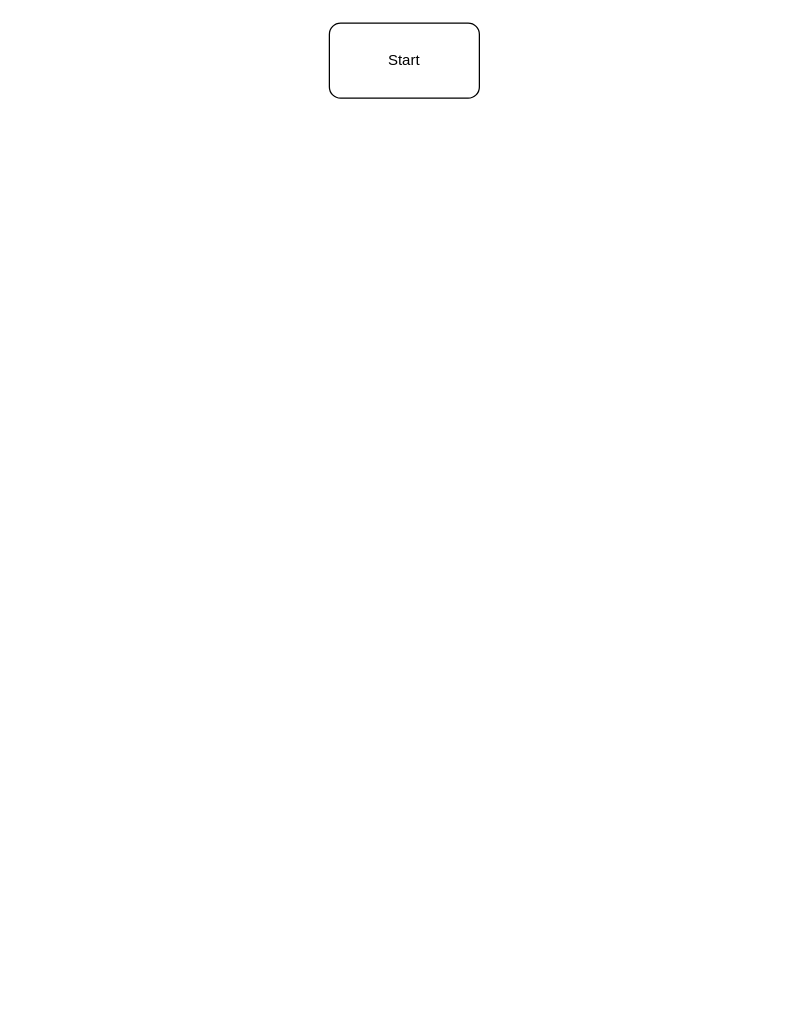
The draw.io diagram Leap year.drawio in AvantiL/MyRepls, before the edit. Source tidied: cells renumbered, new cells numbered last; positions are measured from the earlier drawing's top-left corner, leaving out a move shared by most shapes. Both pictures are drawn from the tidied source at 125%, with x=0, y=0 at pixel (329, 22).
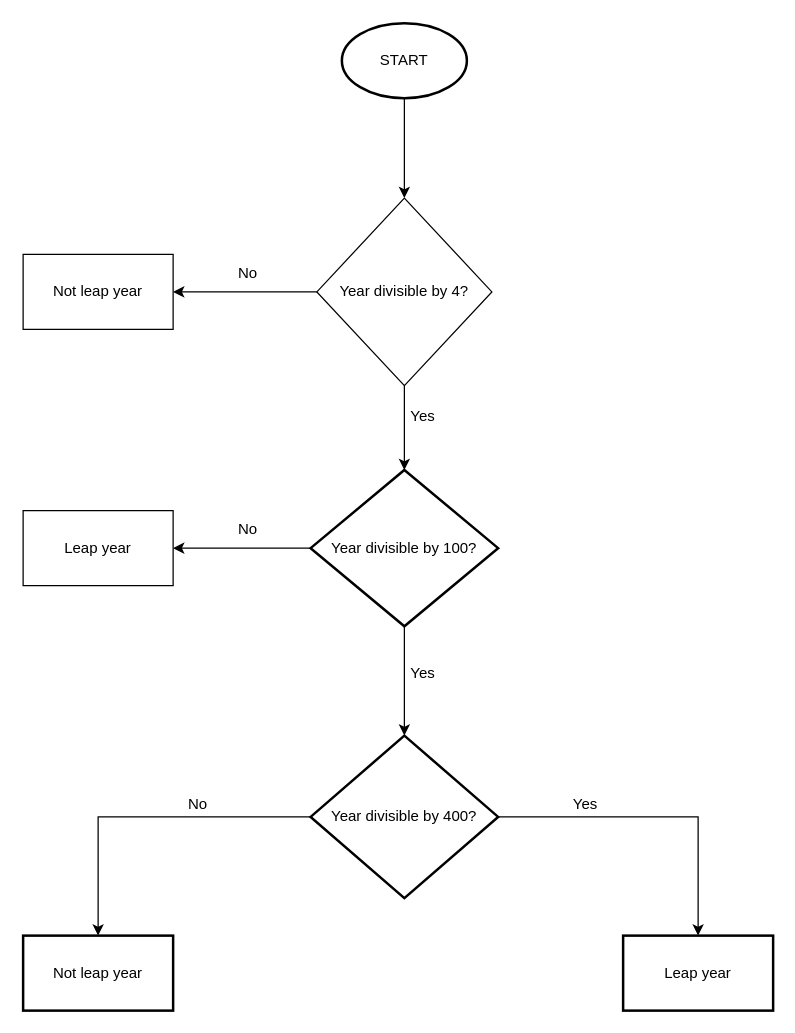
Above is the later version.

The edit, as a diff of the source:
```diff
@@
-    <mxCell id="2" value="Start" style="rounded=1;whiteSpace=wrap;html=1;" parent="1" vertex="1">
-      <mxGeometry width="120" height="60" as="geometry" />
-    </mxCell>
+    <mxCell id="3" style="edgeStyle=orthogonalEdgeStyle;rounded=0;jettySize=auto;html=1;" parent="1" edge="1" source="5" target="11">
+      <mxGeometry relative="1" as="geometry" />
+    </mxCell>
+    <mxCell id="4" style="edgeStyle=orthogonalEdgeStyle;rounded=0;jettySize=auto;html=1;" parent="1" edge="1" source="5" target="10">
+      <mxGeometry relative="1" as="geometry" />
+    </mxCell>
+    <mxCell id="5" value="Year divisible by 4?" style="rhombus;whiteSpace=wrap;html=1;" parent="1" vertex="1">
+      <mxGeometry x="-10" y="140" width="140" height="150" as="geometry" />
+    </mxCell>
+    <mxCell id="6" style="edgeStyle=orthogonalEdgeStyle;rounded=0;jettySize=auto;html=1;" parent="1" edge="1" source="7" target="5">
+      <mxGeometry relative="1" as="geometry" />
+    </mxCell>
+    <mxCell id="7" value="START" style="strokeWidth=2;html=1;shape=mxgraph.flowchart.start_1;whiteSpace=wrap;" parent="1" vertex="1">
+      <mxGeometry x="10" width="100" height="60" as="geometry" />
+    </mxCell>
+    <mxCell id="8" style="edgeStyle=orthogonalEdgeStyle;rounded=0;jettySize=auto;html=1;" parent="1" edge="1" source="10" target="15">
+      <mxGeometry relative="1" as="geometry" />
+    </mxCell>
+    <mxCell id="9" style="edgeStyle=orthogonalEdgeStyle;rounded=0;jettySize=auto;html=1;" parent="1" edge="1" source="10" target="12">
+      <mxGeometry relative="1" as="geometry" />
+    </mxCell>
+    <mxCell id="10" value="Year divisible by 100?" style="strokeWidth=2;html=1;shape=mxgraph.flowchart.decision;whiteSpace=wrap;" parent="1" vertex="1">
+      <mxGeometry x="-15" y="357.5" width="150" height="125" as="geometry" />
+    </mxCell>
+    <mxCell id="11" value="Not leap year" style="rounded=0;whiteSpace=wrap;html=1;" parent="1" vertex="1">
+      <mxGeometry x="-245" y="185" width="120" height="60" as="geometry" />
+    </mxCell>
+    <mxCell id="12" value="Leap year" style="rounded=0;whiteSpace=wrap;html=1;" parent="1" vertex="1">
+      <mxGeometry x="-245" y="390" width="120" height="60" as="geometry" />
+    </mxCell>
+    <mxCell id="13" style="edgeStyle=orthogonalEdgeStyle;rounded=0;jettySize=auto;html=1;" parent="1" edge="1" source="15" target="16">
+      <mxGeometry relative="1" as="geometry" />
+    </mxCell>
+    <mxCell id="14" style="edgeStyle=orthogonalEdgeStyle;rounded=0;jettySize=auto;html=1;" parent="1" edge="1" source="15" target="17">
+      <mxGeometry relative="1" as="geometry" />
+    </mxCell>
+    <mxCell id="15" value="Year divisible by 400?" style="strokeWidth=2;html=1;shape=mxgraph.flowchart.decision;whiteSpace=wrap;" parent="1" vertex="1">
+      <mxGeometry x="-15" y="570" width="150" height="130" as="geometry" />
+    </mxCell>
+    <mxCell id="16" value="Leap year" style="whiteSpace=wrap;html=1;strokeWidth=2;" parent="1" vertex="1">
+      <mxGeometry x="235" y="730" width="120" height="60" as="geometry" />
+    </mxCell>
+    <mxCell id="17" value="Not leap year" style="whiteSpace=wrap;html=1;strokeWidth=2;" parent="1" vertex="1">
+      <mxGeometry x="-245" y="730" width="120" height="60" as="geometry" />
+    </mxCell>
+    <mxCell id="18" value="No" style="text;html=1;strokeColor=none;fillColor=none;align=center;verticalAlign=middle;whiteSpace=wrap;rounded=0;" parent="1" vertex="1">
+      <mxGeometry x="-95" y="185" width="60" height="30" as="geometry" />
+    </mxCell>
+    <mxCell id="19" value="Yes" style="text;html=1;strokeColor=none;fillColor=none;align=center;verticalAlign=middle;whiteSpace=wrap;rounded=0;" parent="1" vertex="1">
+      <mxGeometry x="45" y="300" width="60" height="30" as="geometry" />
+    </mxCell>
+    <mxCell id="20" value="No" style="text;html=1;strokeColor=none;fillColor=none;align=center;verticalAlign=middle;whiteSpace=wrap;rounded=0;" parent="1" vertex="1">
+      <mxGeometry x="-95" y="390" width="60" height="30" as="geometry" />
+    </mxCell>
+    <mxCell id="21" value="Yes" style="text;html=1;strokeColor=none;fillColor=none;align=center;verticalAlign=middle;whiteSpace=wrap;rounded=0;" parent="1" vertex="1">
+      <mxGeometry x="45" y="505" width="60" height="30" as="geometry" />
+    </mxCell>
+    <mxCell id="22" value="Yes" style="text;html=1;strokeColor=none;fillColor=none;align=center;verticalAlign=middle;whiteSpace=wrap;rounded=0;" parent="1" vertex="1">
+      <mxGeometry x="175" y="610" width="60" height="30" as="geometry" />
+    </mxCell>
+    <mxCell id="23" value="No" style="text;html=1;strokeColor=none;fillColor=none;align=center;verticalAlign=middle;whiteSpace=wrap;rounded=0;" parent="1" vertex="1">
+      <mxGeometry x="-135" y="610" width="60" height="30" as="geometry" />
+    </mxCell>
```
